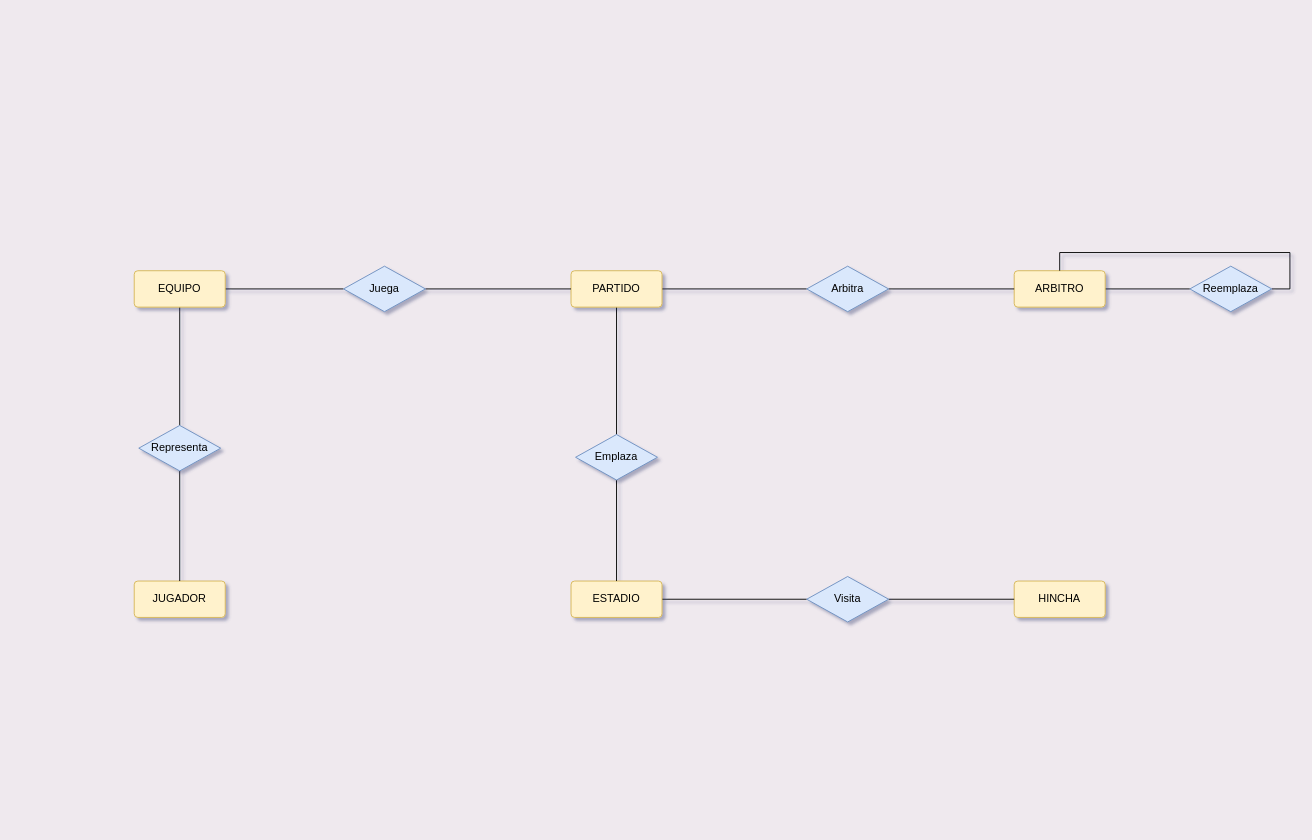
VeraAceves/NT-BD keeps this draw.io diagram as Diagrama2-4.drawio. Above is the earlier version. Source tidied: cells renumbered, new cells numbered last; positions are measured from the earlier drawing's top-left corner, leaving out a move shared by most shapes. Both pictures are drawn from the tidied source at 91%, with x=0, y=0 at pixel (134, 252).
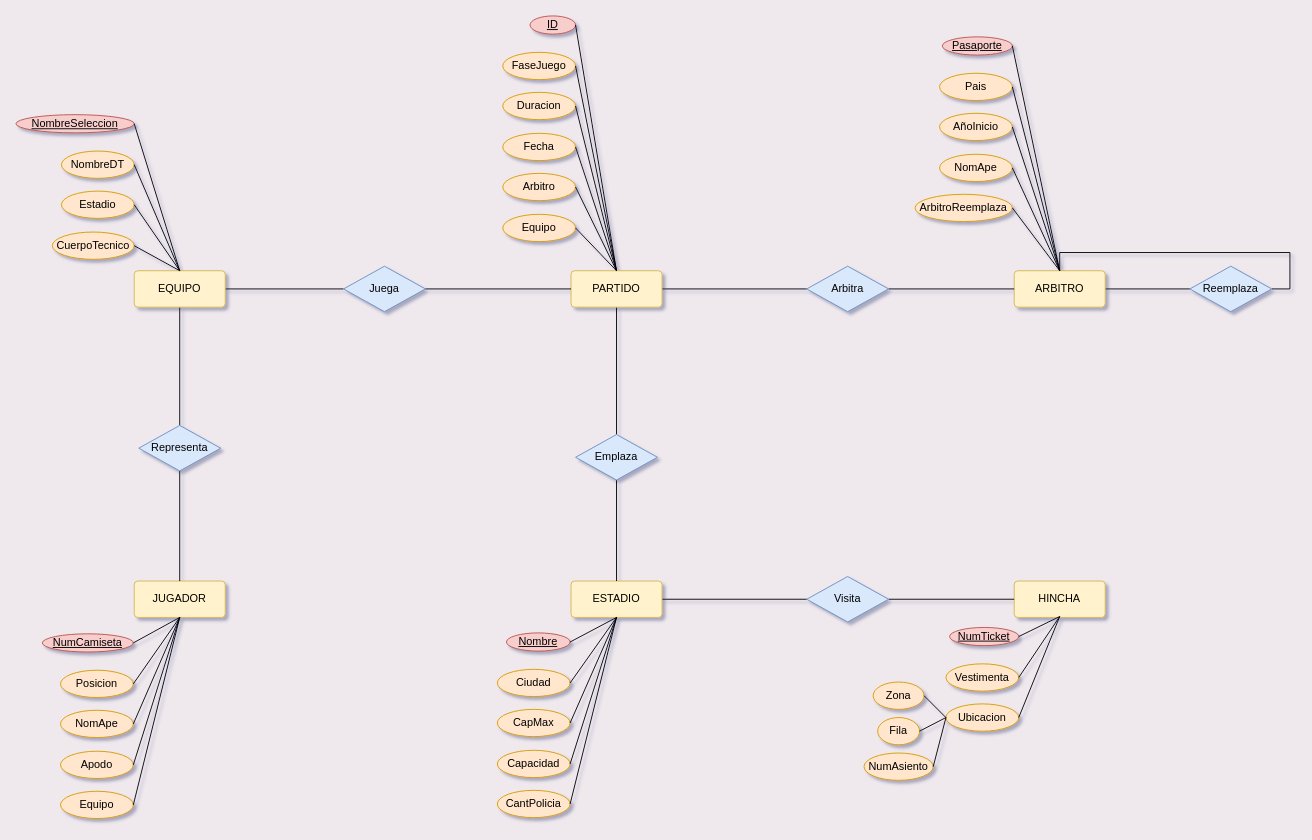
Above is the later version.

The change refers to these unchanged cells:
```xml
<mxCell id="3" value="ARBITRO" style="rounded=1;arcSize=10;whiteSpace=wrap;html=1;align=center;fillColor=#fff2cc;strokeColor=#d6b656;" parent="1" vertex="1">
  <mxGeometry x="967" y="20" width="100" height="40" as="geometry" />
</mxCell>
<mxCell id="4" value="JUGADOR" style="rounded=1;arcSize=10;whiteSpace=wrap;html=1;align=center;fillColor=#fff2cc;strokeColor=#d6b656;" parent="1" vertex="1">
  <mxGeometry y="361" width="100" height="40" as="geometry" />
</mxCell>
<mxCell id="7" value="EQUIPO" style="rounded=1;arcSize=10;whiteSpace=wrap;html=1;align=center;fillColor=#fff2cc;strokeColor=#d6b656;" parent="1" vertex="1">
  <mxGeometry y="20" width="100" height="40" as="geometry" />
</mxCell>
<mxCell id="11" value="PARTIDO" style="rounded=1;arcSize=10;whiteSpace=wrap;html=1;align=center;fillColor=#fff2cc;strokeColor=#d6b656;" parent="1" vertex="1">
  <mxGeometry x="480" y="20" width="100" height="40" as="geometry" />
</mxCell>
<mxCell id="13" value="ESTADIO" style="rounded=1;arcSize=10;whiteSpace=wrap;html=1;align=center;fillColor=#fff2cc;strokeColor=#d6b656;" parent="1" vertex="1">
  <mxGeometry x="480" y="361" width="100" height="40" as="geometry" />
</mxCell>
```

Change to the diagram source:
```diff
@@
+    <mxCell id="26" value="ID" style="ellipse;whiteSpace=wrap;html=1;align=center;fontStyle=4;fillColor=#f8cecc;strokeColor=#b85450;" parent="1" vertex="1">
+      <mxGeometry x="435" y="-260" width="50" height="20" as="geometry" />
+    </mxCell>
+    <mxCell id="27" value="Duracion" style="ellipse;whiteSpace=wrap;html=1;align=center;fillColor=#ffe6cc;strokeColor=#d79b00;" parent="1" vertex="1">
+      <mxGeometry x="405" y="-176" width="80" height="30" as="geometry" />
+    </mxCell>
+    <mxCell id="28" value="FaseJuego" style="ellipse;whiteSpace=wrap;html=1;align=center;fillColor=#ffe6cc;strokeColor=#d79b00;" parent="1" vertex="1">
+      <mxGeometry x="405" y="-220" width="80" height="30" as="geometry" />
+    </mxCell>
+    <mxCell id="29" value="Fecha" style="ellipse;whiteSpace=wrap;html=1;align=center;fillColor=#ffe6cc;strokeColor=#d79b00;" parent="1" vertex="1">
+      <mxGeometry x="405" y="-131" width="80" height="30" as="geometry" />
+    </mxCell>
+    <mxCell id="30" value="Arbitro" style="ellipse;whiteSpace=wrap;html=1;align=center;fillColor=#ffe6cc;strokeColor=#d79b00;" parent="1" vertex="1">
+      <mxGeometry x="405" y="-87" width="80" height="30" as="geometry" />
+    </mxCell>
+    <mxCell id="31" value="Equipo" style="ellipse;whiteSpace=wrap;html=1;align=center;fillColor=#ffe6cc;strokeColor=#d79b00;" parent="1" vertex="1">
+      <mxGeometry x="405" y="-42" width="80" height="30" as="geometry" />
+    </mxCell>
+    <mxCell id="32" style="endArrow=none;html=1;rounded=0;exitX=1;exitY=0.5;exitDx=0;exitDy=0;entryX=0.5;entryY=0;entryDx=0;entryDy=0;" parent="1" edge="1" source="26" target="11">
+      <mxGeometry relative="1" as="geometry" />
+    </mxCell>
+    <mxCell id="33" style="endArrow=none;html=1;rounded=0;exitX=1;exitY=0.5;exitDx=0;exitDy=0;entryX=0.5;entryY=0;entryDx=0;entryDy=0;" parent="1" edge="1" source="28" target="11">
+      <mxGeometry relative="1" as="geometry" />
+    </mxCell>
+    <mxCell id="34" style="endArrow=none;html=1;rounded=0;exitX=1;exitY=0.5;exitDx=0;exitDy=0;entryX=0.5;entryY=0;entryDx=0;entryDy=0;" parent="1" edge="1" source="27" target="11">
+      <mxGeometry relative="1" as="geometry" />
+    </mxCell>
+    <mxCell id="35" style="endArrow=none;html=1;rounded=0;exitX=1;exitY=0.5;exitDx=0;exitDy=0;entryX=0.5;entryY=0;entryDx=0;entryDy=0;" parent="1" edge="1" source="29" target="11">
+      <mxGeometry relative="1" as="geometry" />
+    </mxCell>
+    <mxCell id="36" style="endArrow=none;html=1;rounded=0;exitX=1;exitY=0.5;exitDx=0;exitDy=0;entryX=0.5;entryY=0;entryDx=0;entryDy=0;" parent="1" edge="1" source="30" target="11">
+      <mxGeometry relative="1" as="geometry" />
+    </mxCell>
+    <mxCell id="37" style="endArrow=none;html=1;rounded=0;exitX=1;exitY=0.5;exitDx=0;exitDy=0;" parent="1" edge="1" source="31">
+      <mxGeometry relative="1" as="geometry">
+        <mxPoint x="530" y="20" as="targetPoint" />
+      </mxGeometry>
+    </mxCell>
+    <mxCell id="38" value="Pasaporte" style="ellipse;whiteSpace=wrap;html=1;align=center;fontStyle=4;fillColor=#f8cecc;strokeColor=#b85450;" parent="1" vertex="1">
+      <mxGeometry x="888" y="-237" width="77" height="20" as="geometry" />
+    </mxCell>
+    <mxCell id="39" value="AñoInicio" style="ellipse;whiteSpace=wrap;html=1;align=center;fillColor=#ffe6cc;strokeColor=#d79b00;" parent="1" vertex="1">
+      <mxGeometry x="885" y="-153" width="80" height="30" as="geometry" />
+    </mxCell>
+    <mxCell id="40" value="Pais" style="ellipse;whiteSpace=wrap;html=1;align=center;fillColor=#ffe6cc;strokeColor=#d79b00;" parent="1" vertex="1">
+      <mxGeometry x="885" y="-197" width="80" height="30" as="geometry" />
+    </mxCell>
+    <mxCell id="41" value="NomApe" style="ellipse;whiteSpace=wrap;html=1;align=center;fillColor=#ffe6cc;strokeColor=#d79b00;" parent="1" vertex="1">
+      <mxGeometry x="885" y="-108" width="80" height="30" as="geometry" />
+    </mxCell>
+    <mxCell id="42" value="ArbitroReemplaza" style="ellipse;whiteSpace=wrap;html=1;align=center;fillColor=#ffe6cc;strokeColor=#d79b00;" parent="1" vertex="1">
+      <mxGeometry x="858" y="-64" width="107" height="30" as="geometry" />
+    </mxCell>
+    <mxCell id="43" style="endArrow=none;html=1;rounded=0;exitX=1;exitY=0.5;exitDx=0;exitDy=0;entryX=0.5;entryY=0;entryDx=0;entryDy=0;" parent="1" edge="1" source="38" target="3">
+      <mxGeometry relative="1" as="geometry" />
+    </mxCell>
+    <mxCell id="44" style="endArrow=none;html=1;rounded=0;exitX=1;exitY=0.5;exitDx=0;exitDy=0;entryX=0.5;entryY=0;entryDx=0;entryDy=0;" parent="1" edge="1" source="40" target="3">
+      <mxGeometry relative="1" as="geometry" />
+    </mxCell>
+    <mxCell id="45" style="endArrow=none;html=1;rounded=0;exitX=1;exitY=0.5;exitDx=0;exitDy=0;entryX=0.5;entryY=0;entryDx=0;entryDy=0;" parent="1" edge="1" source="39" target="3">
+      <mxGeometry relative="1" as="geometry" />
+    </mxCell>
+    <mxCell id="46" style="endArrow=none;html=1;rounded=0;exitX=1;exitY=0.5;exitDx=0;exitDy=0;entryX=0.5;entryY=0;entryDx=0;entryDy=0;" parent="1" edge="1" source="41" target="3">
+      <mxGeometry relative="1" as="geometry" />
+    </mxCell>
+    <mxCell id="47" style="endArrow=none;html=1;rounded=0;exitX=1;exitY=0.5;exitDx=0;exitDy=0;entryX=0.5;entryY=0;entryDx=0;entryDy=0;" parent="1" edge="1" source="42" target="3">
+      <mxGeometry relative="1" as="geometry" />
+    </mxCell>
+    <mxCell id="48" value="NombreSeleccion" style="ellipse;whiteSpace=wrap;html=1;align=center;fontStyle=4;fillColor=#f8cecc;strokeColor=#b85450;" parent="1" vertex="1">
+      <mxGeometry x="-130" y="-151.5" width="130" height="20" as="geometry" />
+    </mxCell>
+    <mxCell id="49" value="Estadio" style="ellipse;whiteSpace=wrap;html=1;align=center;fillColor=#ffe6cc;strokeColor=#d79b00;" parent="1" vertex="1">
+      <mxGeometry x="-80" y="-67.5" width="80" height="30" as="geometry" />
+    </mxCell>
+    <mxCell id="50" value="NombreDT" style="ellipse;whiteSpace=wrap;html=1;align=center;fillColor=#ffe6cc;strokeColor=#d79b00;" parent="1" vertex="1">
+      <mxGeometry x="-80" y="-111.5" width="80" height="30" as="geometry" />
+    </mxCell>
+    <mxCell id="51" value="CuerpoTecnico" style="ellipse;whiteSpace=wrap;html=1;align=center;fillColor=#ffe6cc;strokeColor=#d79b00;" parent="1" vertex="1">
+      <mxGeometry x="-90" y="-22.5" width="90" height="30" as="geometry" />
+    </mxCell>
+    <mxCell id="52" style="endArrow=none;html=1;rounded=0;exitX=1;exitY=0.5;exitDx=0;exitDy=0;entryX=0.5;entryY=0;entryDx=0;entryDy=0;" parent="1" edge="1" source="48" target="7">
+      <mxGeometry relative="1" as="geometry" />
+    </mxCell>
+    <mxCell id="53" style="endArrow=none;html=1;rounded=0;exitX=1;exitY=0.5;exitDx=0;exitDy=0;entryX=0.5;entryY=0;entryDx=0;entryDy=0;" parent="1" edge="1" source="50" target="7">
+      <mxGeometry relative="1" as="geometry" />
+    </mxCell>
+    <mxCell id="54" style="endArrow=none;html=1;rounded=0;exitX=1;exitY=0.5;exitDx=0;exitDy=0;entryX=0.5;entryY=0;entryDx=0;entryDy=0;" parent="1" edge="1" source="49" target="7">
+      <mxGeometry relative="1" as="geometry" />
+    </mxCell>
+    <mxCell id="55" style="endArrow=none;html=1;rounded=0;exitX=1;exitY=0.5;exitDx=0;exitDy=0;entryX=0.5;entryY=0;entryDx=0;entryDy=0;" parent="1" edge="1" source="51" target="7">
+      <mxGeometry relative="1" as="geometry" />
+    </mxCell>
+    <mxCell id="56" value="NumCamiseta" style="ellipse;whiteSpace=wrap;html=1;align=center;fontStyle=4;fillColor=#f8cecc;strokeColor=#b85450;" parent="1" vertex="1">
+      <mxGeometry x="-101" y="419" width="100" height="20" as="geometry" />
+    </mxCell>
+    <mxCell id="57" value="NomApe" style="ellipse;whiteSpace=wrap;html=1;align=center;fillColor=#ffe6cc;strokeColor=#d79b00;" parent="1" vertex="1">
+      <mxGeometry x="-81" y="503" width="80" height="30" as="geometry" />
+    </mxCell>
+    <mxCell id="58" value="Posicion" style="ellipse;whiteSpace=wrap;html=1;align=center;fillColor=#ffe6cc;strokeColor=#d79b00;" parent="1" vertex="1">
+      <mxGeometry x="-81" y="459" width="80" height="30" as="geometry" />
+    </mxCell>
+    <mxCell id="59" value="Apodo" style="ellipse;whiteSpace=wrap;html=1;align=center;fillColor=#ffe6cc;strokeColor=#d79b00;" parent="1" vertex="1">
+      <mxGeometry x="-81" y="548" width="80" height="30" as="geometry" />
+    </mxCell>
+    <mxCell id="60" value="Equipo" style="ellipse;whiteSpace=wrap;html=1;align=center;fillColor=#ffe6cc;strokeColor=#d79b00;" parent="1" vertex="1">
+      <mxGeometry x="-81" y="592" width="80" height="30" as="geometry" />
+    </mxCell>
+    <mxCell id="61" style="endArrow=none;html=1;rounded=0;exitX=1;exitY=0.5;exitDx=0;exitDy=0;entryX=0.5;entryY=1;entryDx=0;entryDy=0;" parent="1" edge="1" source="56" target="4">
+      <mxGeometry relative="1" as="geometry" />
+    </mxCell>
+    <mxCell id="62" style="endArrow=none;html=1;rounded=0;exitX=1;exitY=0.5;exitDx=0;exitDy=0;entryX=0.5;entryY=1;entryDx=0;entryDy=0;" parent="1" edge="1" source="58" target="4">
+      <mxGeometry relative="1" as="geometry" />
+    </mxCell>
+    <mxCell id="63" style="endArrow=none;html=1;rounded=0;exitX=1;exitY=0.5;exitDx=0;exitDy=0;entryX=0.5;entryY=1;entryDx=0;entryDy=0;" parent="1" edge="1" source="57" target="4">
+      <mxGeometry relative="1" as="geometry" />
+    </mxCell>
+    <mxCell id="64" style="endArrow=none;html=1;rounded=0;exitX=1;exitY=0.5;exitDx=0;exitDy=0;entryX=0.5;entryY=1;entryDx=0;entryDy=0;" parent="1" edge="1" source="59" target="4">
+      <mxGeometry relative="1" as="geometry" />
+    </mxCell>
+    <mxCell id="65" style="endArrow=none;html=1;rounded=0;exitX=1;exitY=0.5;exitDx=0;exitDy=0;entryX=0.5;entryY=1;entryDx=0;entryDy=0;" parent="1" edge="1" source="60" target="4">
+      <mxGeometry relative="1" as="geometry" />
+    </mxCell>
+    <mxCell id="66" value="Nombre" style="ellipse;whiteSpace=wrap;html=1;align=center;fontStyle=4;fillColor=#f8cecc;strokeColor=#b85450;" parent="1" vertex="1">
+      <mxGeometry x="409" y="418" width="70" height="20" as="geometry" />
+    </mxCell>
+    <mxCell id="67" value="CapMax" style="ellipse;whiteSpace=wrap;html=1;align=center;fillColor=#ffe6cc;strokeColor=#d79b00;" parent="1" vertex="1">
+      <mxGeometry x="399" y="502" width="80" height="30" as="geometry" />
+    </mxCell>
+    <mxCell id="68" value="Ciudad" style="ellipse;whiteSpace=wrap;html=1;align=center;fillColor=#ffe6cc;strokeColor=#d79b00;" parent="1" vertex="1">
+      <mxGeometry x="399" y="458" width="80" height="30" as="geometry" />
+    </mxCell>
+    <mxCell id="69" value="Capacidad" style="ellipse;whiteSpace=wrap;html=1;align=center;fillColor=#ffe6cc;strokeColor=#d79b00;" parent="1" vertex="1">
+      <mxGeometry x="399" y="547" width="80" height="30" as="geometry" />
+    </mxCell>
+    <mxCell id="70" value="CantPolicia" style="ellipse;whiteSpace=wrap;html=1;align=center;fillColor=#ffe6cc;strokeColor=#d79b00;" parent="1" vertex="1">
+      <mxGeometry x="399" y="591" width="80" height="30" as="geometry" />
+    </mxCell>
+    <mxCell id="71" style="endArrow=none;html=1;rounded=0;exitX=1;exitY=0.5;exitDx=0;exitDy=0;entryX=0.5;entryY=1;entryDx=0;entryDy=0;" parent="1" edge="1" source="66" target="13">
+      <mxGeometry relative="1" as="geometry" />
+    </mxCell>
+    <mxCell id="72" style="endArrow=none;html=1;rounded=0;exitX=1;exitY=0.5;exitDx=0;exitDy=0;entryX=0.5;entryY=1;entryDx=0;entryDy=0;" parent="1" edge="1" source="68" target="13">
+      <mxGeometry relative="1" as="geometry" />
+    </mxCell>
+    <mxCell id="73" style="endArrow=none;html=1;rounded=0;exitX=1;exitY=0.5;exitDx=0;exitDy=0;entryX=0.5;entryY=1;entryDx=0;entryDy=0;" parent="1" edge="1" source="67" target="13">
+      <mxGeometry relative="1" as="geometry" />
+    </mxCell>
+    <mxCell id="74" style="endArrow=none;html=1;rounded=0;exitX=1;exitY=0.5;exitDx=0;exitDy=0;entryX=0.5;entryY=1;entryDx=0;entryDy=0;" parent="1" edge="1" source="69" target="13">
+      <mxGeometry relative="1" as="geometry" />
+    </mxCell>
+    <mxCell id="75" style="endArrow=none;html=1;rounded=0;exitX=1;exitY=0.5;exitDx=0;exitDy=0;entryX=0.5;entryY=1;entryDx=0;entryDy=0;" parent="1" edge="1" source="70" target="13">
+      <mxGeometry relative="1" as="geometry" />
+    </mxCell>
+    <mxCell id="76" value="NumTicket" style="ellipse;whiteSpace=wrap;html=1;align=center;fontStyle=4;fillColor=#f8cecc;strokeColor=#b85450;" parent="1" vertex="1">
+      <mxGeometry x="896" y="412" width="76" height="20" as="geometry" />
+    </mxCell>
+    <mxCell id="77" value="Ubicacion" style="ellipse;whiteSpace=wrap;html=1;align=center;fillColor=#ffe6cc;strokeColor=#d79b00;" parent="1" vertex="1">
+      <mxGeometry x="892" y="496" width="80" height="30" as="geometry" />
+    </mxCell>
+    <mxCell id="78" value="Vestimenta" style="ellipse;whiteSpace=wrap;html=1;align=center;fillColor=#ffe6cc;strokeColor=#d79b00;" parent="1" vertex="1">
+      <mxGeometry x="892" y="452" width="80" height="30" as="geometry" />
+    </mxCell>
+    <mxCell id="79" value="Zona" style="ellipse;whiteSpace=wrap;html=1;align=center;fillColor=#ffe6cc;strokeColor=#d79b00;" parent="1" vertex="1">
+      <mxGeometry x="812" y="472" width="56" height="30" as="geometry" />
+    </mxCell>
+    <mxCell id="80" value="Fila" style="ellipse;whiteSpace=wrap;html=1;align=center;fillColor=#ffe6cc;strokeColor=#d79b00;" parent="1" vertex="1">
+      <mxGeometry x="817" y="511" width="46" height="30" as="geometry" />
+    </mxCell>
+    <mxCell id="81" style="endArrow=none;html=1;rounded=0;exitX=1;exitY=0.5;exitDx=0;exitDy=0;entryX=0.5;entryY=1;entryDx=0;entryDy=0;" parent="1" edge="1" source="76">
+      <mxGeometry relative="1" as="geometry">
+        <mxPoint x="1017" y="400" as="targetPoint" />
+      </mxGeometry>
+    </mxCell>
+    <mxCell id="82" style="endArrow=none;html=1;rounded=0;exitX=1;exitY=0.5;exitDx=0;exitDy=0;entryX=0.5;entryY=1;entryDx=0;entryDy=0;" parent="1" edge="1" source="78">
+      <mxGeometry relative="1" as="geometry">
+        <mxPoint x="1017" y="400" as="targetPoint" />
+      </mxGeometry>
+    </mxCell>
+    <mxCell id="83" style="endArrow=none;html=1;rounded=0;exitX=1;exitY=0.5;exitDx=0;exitDy=0;entryX=0.5;entryY=1;entryDx=0;entryDy=0;" parent="1" edge="1" source="77">
+      <mxGeometry relative="1" as="geometry">
+        <mxPoint x="1017" y="400" as="targetPoint" />
+      </mxGeometry>
+    </mxCell>
+    <mxCell id="84" style="endArrow=none;html=1;rounded=0;exitX=1;exitY=0.5;exitDx=0;exitDy=0;entryX=0;entryY=0.5;entryDx=0;entryDy=0;" parent="1" edge="1" source="79" target="77">
+      <mxGeometry relative="1" as="geometry" />
+    </mxCell>
+    <mxCell id="85" style="endArrow=none;html=1;rounded=0;exitX=1;exitY=0.5;exitDx=0;exitDy=0;entryX=0;entryY=0.5;entryDx=0;entryDy=0;" parent="1" edge="1" source="80" target="77">
+      <mxGeometry relative="1" as="geometry" />
+    </mxCell>
+    <mxCell id="86" value="NumAsiento" style="ellipse;whiteSpace=wrap;html=1;align=center;fillColor=#ffe6cc;strokeColor=#d79b00;" parent="1" vertex="1">
+      <mxGeometry x="802" y="550" width="76" height="30" as="geometry" />
+    </mxCell>
+    <mxCell id="87" style="endArrow=none;html=1;rounded=0;exitX=1;exitY=0.5;exitDx=0;exitDy=0;entryX=0;entryY=0.5;entryDx=0;entryDy=0;" parent="1" edge="1" source="86" target="77">
+      <mxGeometry relative="1" as="geometry" />
+    </mxCell>
```
